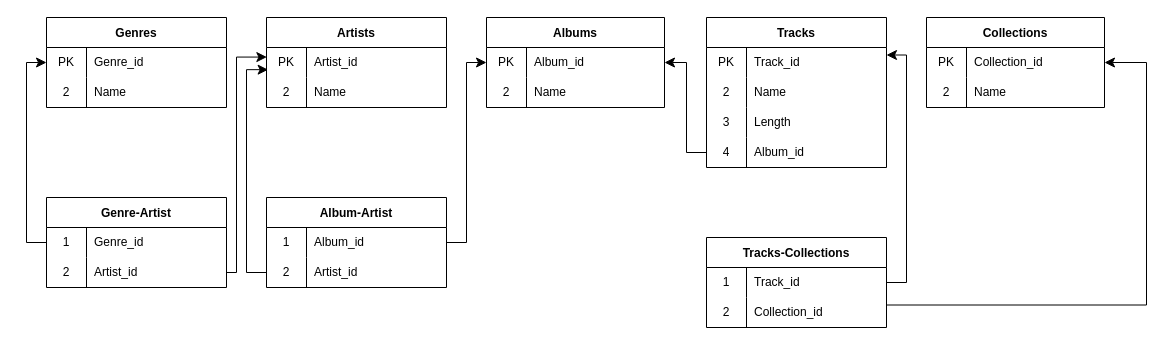
DikVasDoPiL/db keeps this draw.io diagram as db_01.drawio. Above is the earlier version. Source tidied: cells renumbered, new cells numbered last; positions are measured from the earlier drawing's top-left corner, leaving out a move shared by most shapes. Both pictures are drawn from the tidied source at 100%, with x=0, y=0 at pixel (26, 17).
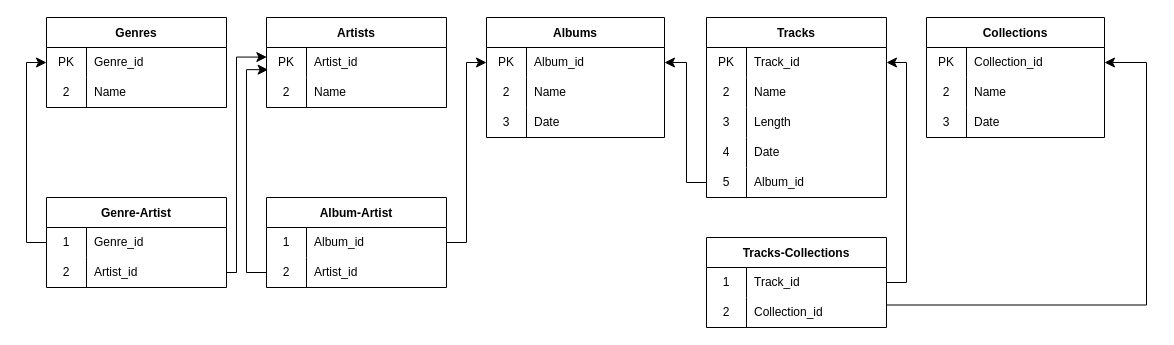
After the change.

What changed in the source:
```diff
@@
     <mxCell id="2" value="Tracks" style="shape=table;startSize=30;childLayout=tableLayout;rowLines=0;fontStyle=1;" parent="1" vertex="1">
-      <mxGeometry x="680" width="180" height="150" as="geometry" />
+      <mxGeometry x="680" width="180" height="180" as="geometry" />
     </mxCell>
@@
+    <mxCell id="71" style="shape=tableRow;horizontal=0;startSize=0;swimlaneHead=0;swimlaneBody=0;top=0;left=0;bottom=0;right=0;fillColor=none;" parent="2" vertex="1">
+      <mxGeometry y="120" width="180" height="30" as="geometry" />
+    </mxCell>
+    <mxCell id="72" value="4" style="shape=partialRectangle;html=1;whiteSpace=wrap;fillColor=none;top=0;left=0;bottom=0;right=0;overflow=hidden;" parent="71" vertex="1">
+      <mxGeometry width="40" height="30" as="geometry" />
+    </mxCell>
+    <mxCell id="73" value="Date" style="shape=partialRectangle;html=1;whiteSpace=wrap;fillColor=none;top=0;left=0;bottom=0;right=0;align=left;spacingLeft=6;overflow=hidden;" parent="71" vertex="1">
+      <mxGeometry x="40" width="140" height="30" as="geometry" />
+    </mxCell>
     <mxCell id="12" style="shape=tableRow;horizontal=0;startSize=0;swimlaneHead=0;swimlaneBody=0;top=0;left=0;bottom=0;right=0;fillColor=none;points=[[0,0.5],[1,0.5]];portConstraint=eastwest;" parent="2" vertex="1">
-      <mxGeometry y="120" width="180" height="30" as="geometry" />
+      <mxGeometry y="150" width="180" height="30" as="geometry" />
     </mxCell>
-    <mxCell id="13" value="4" style="shape=partialRectangle;html=1;whiteSpace=wrap;fillColor=none;top=0;left=0;bottom=0;right=0;overflow=hidden;" parent="12" vertex="1">
+    <mxCell id="13" value="5" style="shape=partialRectangle;html=1;whiteSpace=wrap;fillColor=none;top=0;left=0;bottom=0;right=0;overflow=hidden;" parent="12" vertex="1">
       <mxGeometry width="40" height="30" as="geometry" />
     </mxCell>
@@
     <mxCell id="29" value="Albums" style="shape=table;startSize=30;childLayout=tableLayout;rowLines=0;fontStyle=1;" parent="1" vertex="1">
-      <mxGeometry x="460" width="178" height="90" as="geometry" />
+      <mxGeometry x="460" width="178" height="120" as="geometry" />
     </mxCell>
@@
+    <mxCell id="74" style="shape=tableRow;horizontal=0;startSize=0;swimlaneHead=0;swimlaneBody=0;top=0;left=0;bottom=0;right=0;fillColor=none;" parent="29" vertex="1">
+      <mxGeometry y="90" width="178" height="30" as="geometry" />
+    </mxCell>
+    <mxCell id="75" value="3" style="shape=partialRectangle;html=1;whiteSpace=wrap;fillColor=none;top=0;left=0;bottom=0;right=0;overflow=hidden;" parent="74" vertex="1">
+      <mxGeometry width="40" height="30" as="geometry" />
+    </mxCell>
+    <mxCell id="76" value="Date" style="shape=partialRectangle;html=1;whiteSpace=wrap;fillColor=none;top=0;left=0;bottom=0;right=0;align=left;spacingLeft=6;overflow=hidden;" parent="74" vertex="1">
+      <mxGeometry x="40" width="138" height="30" as="geometry" />
+    </mxCell>
@@
     <mxCell id="46" value="Collections" style="shape=table;startSize=30;childLayout=tableLayout;rowLines=0;fontStyle=1;" parent="1" vertex="1">
-      <mxGeometry x="900" width="178" height="90" as="geometry" />
+      <mxGeometry x="900" width="178" height="120" as="geometry" />
     </mxCell>
@@
+    <mxCell id="77" style="shape=tableRow;horizontal=0;startSize=0;swimlaneHead=0;swimlaneBody=0;top=0;left=0;bottom=0;right=0;fillColor=none;" parent="46" vertex="1">
+      <mxGeometry y="90" width="178" height="30" as="geometry" />
+    </mxCell>
+    <mxCell id="78" value="3" style="shape=partialRectangle;html=1;whiteSpace=wrap;fillColor=none;top=0;left=0;bottom=0;right=0;overflow=hidden;" parent="77" vertex="1">
+      <mxGeometry width="40" height="30" as="geometry" />
+    </mxCell>
+    <mxCell id="79" value="Date" style="shape=partialRectangle;html=1;whiteSpace=wrap;fillColor=none;top=0;left=0;bottom=0;right=0;align=left;spacingLeft=6;overflow=hidden;" parent="77" vertex="1">
+      <mxGeometry x="40" width="138" height="30" as="geometry" />
+    </mxCell>
```
